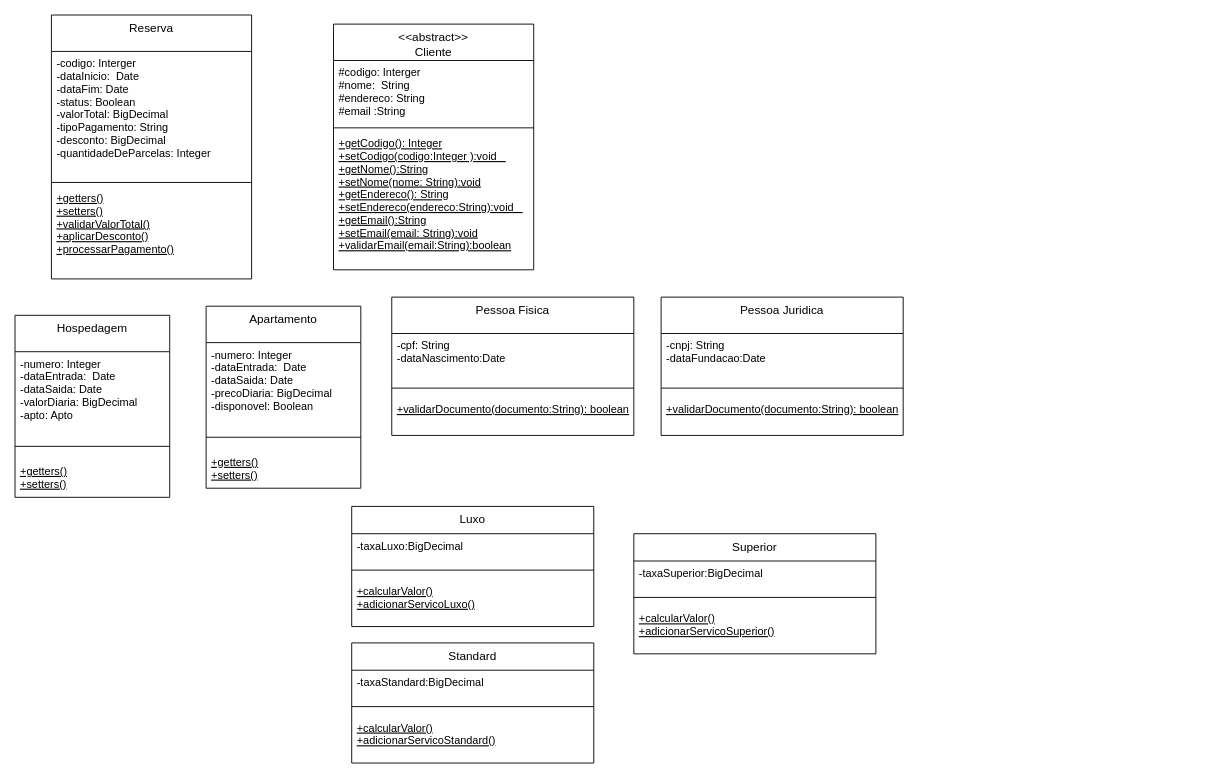
Before: Diagrama sem nome.drawio in DanySanches/Lista1TesteSoftware, a draw.io diagram. Source tidied: cells renumbered, new cells numbered last; positions are measured from the earlier drawing's top-left corner, leaving out a move shared by most shapes. Both pictures are drawn from the tidied source at 91%, with x=0, y=0 at pixel (15, 15).
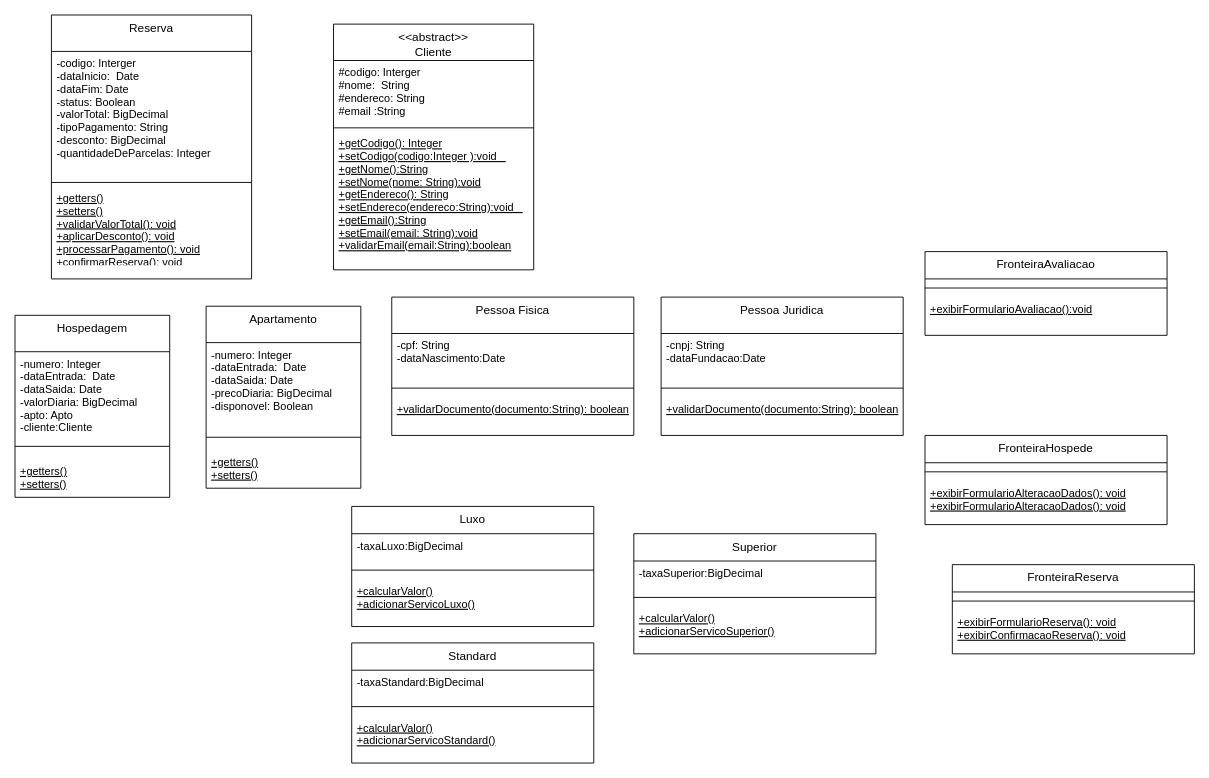
The same diagram, later.

The change refers to these unchanged cells:
```xml
<mxCell id="5" value="Reserva" style="swimlane;fontStyle=0;align=center;verticalAlign=top;horizontal=1;startSize=40;rounded=0;shadow=0;strokeWidth=1;fontSize=13;" parent="1" vertex="1">
  <mxGeometry x="40" width="220" height="290" as="geometry" />
</mxCell>
<mxCell id="10" value="Hospedagem" style="swimlane;fontStyle=0;align=center;verticalAlign=top;horizontal=1;startSize=40;rounded=0;shadow=0;strokeWidth=1;fontSize=13;" parent="1" vertex="1">
  <mxGeometry y="330" width="170" height="200" as="geometry" />
</mxCell>
```

Diff of the diagram source:
```diff
@@
-    <mxCell id="8" value="+getters()&#10;+setters()&#10;+validarValorTotal()&#10;+aplicarDesconto()&#10;+processarPagamento()" style="text;align=left;verticalAlign=top;spacingLeft=4;spacingRight=4;overflow=hidden;fontStyle=4;" parent="5" vertex="1">
+    <mxCell id="8" value="+getters()&#10;+setters()&#10;+validarValorTotal(): void&#10;+aplicarDesconto(): void&#10;+processarPagamento(): void&#10;+confirmarReserva(): void" style="text;align=left;verticalAlign=top;spacingLeft=4;spacingRight=4;overflow=hidden;fontStyle=4;" parent="5" vertex="1">
       <mxGeometry y="188" width="220" height="82" as="geometry" />
     </mxCell>
@@
-    <mxCell id="11" value="-numero: Integer&#10;-dataEntrada:  Date&#10;-dataSaida: Date&#10;-valorDiaria: BigDecimal&#10;-apto: Apto" style="text;align=left;verticalAlign=top;spacingLeft=4;spacingRight=4;overflow=hidden;" parent="10" vertex="1">
+    <mxCell id="11" value="-numero: Integer&#10;-dataEntrada:  Date&#10;-dataSaida: Date&#10;-valorDiaria: BigDecimal&#10;-apto: Apto&#10;-cliente:Cliente" style="text;align=left;verticalAlign=top;spacingLeft=4;spacingRight=4;overflow=hidden;" parent="10" vertex="1">
       <mxGeometry y="40" width="170" height="90" as="geometry" />
     </mxCell>
@@
+    <mxCell id="38" value="FronteiraHospede" style="swimlane;fontStyle=0;align=center;verticalAlign=top;horizontal=1;startSize=30;rounded=0;shadow=0;strokeWidth=1;fontSize=13;" parent="1" vertex="1">
+      <mxGeometry x="1000" y="462" width="266" height="98" as="geometry" />
+    </mxCell>
+    <mxCell id="39" style="line;html=1;strokeWidth=1;align=left;verticalAlign=middle;spacingTop=-1;spacingLeft=3;spacingRight=3;labelPosition=right;" parent="38" vertex="1">
+      <mxGeometry y="30" width="266" height="20" as="geometry" />
+    </mxCell>
+    <mxCell id="40" value="+exibirFormularioAlteracaoDados(): void&#10;+exibirFormularioAlteracaoDados(): void" style="text;align=left;verticalAlign=top;spacingLeft=4;spacingRight=4;overflow=hidden;fontStyle=4;" parent="38" vertex="1">
+      <mxGeometry y="50" width="266" height="42" as="geometry" />
+    </mxCell>
+    <mxCell id="41" value="FronteiraAvaliacao" style="swimlane;fontStyle=0;align=center;verticalAlign=top;horizontal=1;startSize=30;rounded=0;shadow=0;strokeWidth=1;fontSize=13;" parent="1" vertex="1">
+      <mxGeometry x="1000" y="260" width="266" height="92" as="geometry" />
+    </mxCell>
+    <mxCell id="42" style="line;html=1;strokeWidth=1;align=left;verticalAlign=middle;spacingTop=-1;spacingLeft=3;spacingRight=3;labelPosition=right;" parent="41" vertex="1">
+      <mxGeometry y="30" width="266" height="20" as="geometry" />
+    </mxCell>
+    <mxCell id="43" value="+exibirFormularioAvaliacao():void" style="text;align=left;verticalAlign=top;spacingLeft=4;spacingRight=4;overflow=hidden;fontStyle=4;" parent="41" vertex="1">
+      <mxGeometry y="50" width="266" height="42" as="geometry" />
+    </mxCell>
+    <mxCell id="44" value="FronteiraReserva" style="swimlane;fontStyle=0;align=center;verticalAlign=top;horizontal=1;startSize=30;rounded=0;shadow=0;strokeWidth=1;fontSize=13;" parent="1" vertex="1">
+      <mxGeometry x="1030" y="604" width="266" height="98" as="geometry" />
+    </mxCell>
+    <mxCell id="45" style="line;html=1;strokeWidth=1;align=left;verticalAlign=middle;spacingTop=-1;spacingLeft=3;spacingRight=3;labelPosition=right;" parent="44" vertex="1">
+      <mxGeometry y="30" width="266" height="20" as="geometry" />
+    </mxCell>
+    <mxCell id="46" value="+exibirFormularioReserva(): void&#10;+exibirConfirmacaoReserva(): void" style="text;align=left;verticalAlign=top;spacingLeft=4;spacingRight=4;overflow=hidden;fontStyle=4;" parent="44" vertex="1">
+      <mxGeometry y="50" width="266" height="42" as="geometry" />
+    </mxCell>
```
